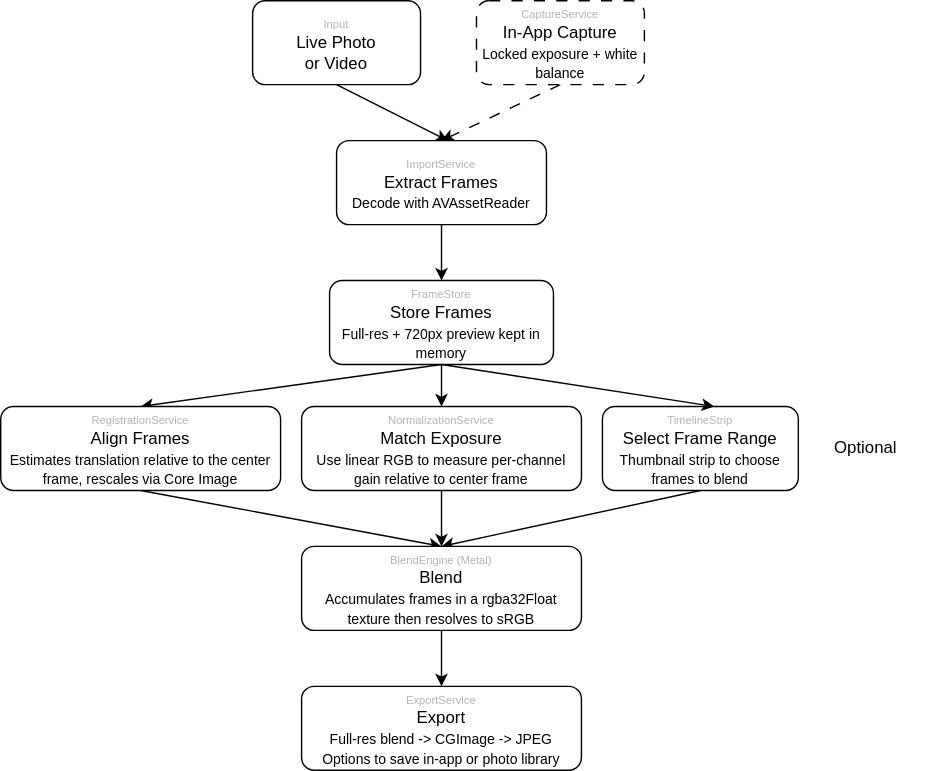
Before: long-exposures/docs/pipeline.svg, a diagram exported from draw.io (jameshou28/long-exposures). Source tidied: cells renumbered, new cells last; positions are measured from the earlier drawing's top-left corner, leaving out a move shared by most shapes.
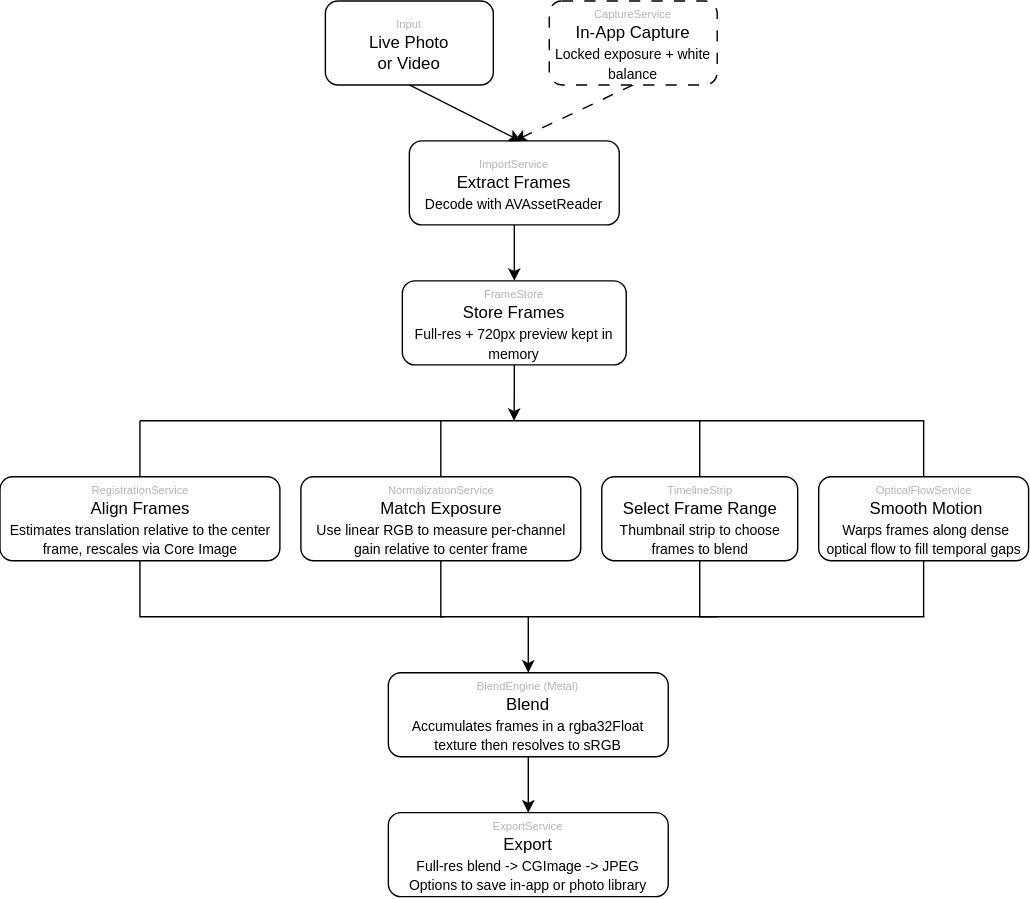
After the change.

Commit message:
docs: update pipeline.svg to include motion blur

The edit, as a diff of the source:
```diff
@@ -11,12 +11,11 @@
     <mxCell id="4" value="&lt;font style=&quot;font-size: 8px; color: rgb(179, 179, 179);&quot;&gt;CaptureService&lt;/font&gt;&lt;div&gt;In-App Capture&lt;/div&gt;&lt;div&gt;&lt;font style=&quot;font-size: 10px;&quot;&gt;Locked exposure + white balance&lt;/font&gt;&lt;/div&gt;" style="rounded=1;whiteSpace=wrap;html=1;dashed=1;dashPattern=8 8;" parent="1" vertex="1">
       <mxGeometry x="340" width="120" height="60" as="geometry" />
     </mxCell>
-    <mxCell id="5" style="edgeStyle=none;rounded=0;jettySize=auto;html=1;exitX=0.5;exitY=1;exitDx=0;exitDy=0;entryX=0.5;entryY=0;entryDx=0;entryDy=0;" parent="1" edge="1" source="7" target="13">
-      <mxGeometry relative="1" as="geometry" />
-    </mxCell>
-    <mxCell id="6" style="edgeStyle=none;rounded=0;jettySize=auto;html=1;exitX=0.5;exitY=1;exitDx=0;exitDy=0;entryX=0.5;entryY=0;entryDx=0;entryDy=0;" parent="1" edge="1" source="7" target="11">
-      <mxGeometry relative="1" as="geometry" />
-    </mxCell>
+    <mxCell id="22" style="edgeStyle=orthogonalEdgeStyle;rounded=0;jettySize=auto;html=1;exitX=0.5;exitY=1;exitDx=0;exitDy=0;" parent="1" edge="1" source="7">
+      <mxGeometry relative="1" as="geometry">
+        <mxPoint x="314.8" y="300" as="targetPoint" />
+      </mxGeometry>
+    </mxCell>
     <mxCell id="7" value="&lt;font style=&quot;font-size: 8px; color: rgb(179, 179, 179);&quot;&gt;FrameStore&lt;/font&gt;&lt;div&gt;Store Frames&lt;/div&gt;&lt;div&gt;&lt;font style=&quot;font-size: 10px;&quot;&gt;Full-res + 720px preview kept in memory&lt;/font&gt;&lt;/div&gt;" style="rounded=1;whiteSpace=wrap;html=1;" parent="1" vertex="1">
       <mxGeometry x="235" y="200" width="160" height="60" as="geometry" />
     </mxCell>
@@ -26,41 +25,93 @@
     <mxCell id="9" value="&lt;font style=&quot;color: rgb(179, 179, 179); font-size: 8px;&quot;&gt;ImportService&lt;/font&gt;&lt;div&gt;Extract Frames&lt;/div&gt;&lt;div&gt;&lt;font style=&quot;font-size: 10px;&quot;&gt;Decode with AVAssetReader&lt;/font&gt;&lt;/div&gt;" style="rounded=1;whiteSpace=wrap;html=1;" parent="1" vertex="1">
       <mxGeometry x="240" y="100" width="150" height="60" as="geometry" />
     </mxCell>
-    <mxCell id="10" style="edgeStyle=none;rounded=0;jettySize=auto;html=1;exitX=0.5;exitY=1;exitDx=0;exitDy=0;entryX=0.5;entryY=0;entryDx=0;entryDy=0;" parent="1" edge="1" source="11" target="17">
-      <mxGeometry relative="1" as="geometry" />
-    </mxCell>
+    <mxCell id="23" style="rounded=0;jettySize=auto;html=1;exitX=0.5;exitY=0;exitDx=0;exitDy=0;shape=filledEdge;endArrow=none;endFill=0;" parent="1" edge="1" source="11">
+      <mxGeometry relative="1" as="geometry">
+        <mxPoint x="47.5" y="300" as="targetPoint" />
+      </mxGeometry>
+    </mxCell>
+    <mxCell id="24" style="edgeStyle=orthogonalEdgeStyle;rounded=0;jettySize=auto;html=1;exitX=0.5;exitY=1;exitDx=0;exitDy=0;endArrow=none;endFill=0;" parent="1" edge="1" source="11">
+      <mxGeometry relative="1" as="geometry">
+        <mxPoint x="265" y="440" as="targetPoint" />
+        <Array as="points">
+          <mxPoint x="48" y="440" />
+        </Array>
+      </mxGeometry>
+    </mxCell>
     <mxCell id="11" value="&lt;font style=&quot;font-size: 8px; color: rgb(179, 179, 179);&quot;&gt;RegistrationService&lt;/font&gt;&lt;div&gt;Align Frames&lt;/div&gt;&lt;div&gt;&lt;font style=&quot;font-size: 10px;&quot;&gt;Estimates translation relative to the center frame, rescales via Core Image&lt;/font&gt;&lt;/div&gt;" style="rounded=1;whiteSpace=wrap;html=1;" parent="1" vertex="1">
-      <mxGeometry y="290" width="200" height="60" as="geometry" />
+      <mxGeometry x="-52.5" y="340" width="200" height="60" as="geometry" />
     </mxCell>
-    <mxCell id="12" style="edgeStyle=none;rounded=0;jettySize=auto;html=1;exitX=0.5;exitY=1;exitDx=0;exitDy=0;entryX=0.5;entryY=0;entryDx=0;entryDy=0;" parent="1" edge="1" source="13" target="17">
-      <mxGeometry relative="1" as="geometry" />
-    </mxCell>
+    <mxCell id="25" style="edgeStyle=orthogonalEdgeStyle;rounded=0;jettySize=auto;html=1;exitX=0.5;exitY=0;exitDx=0;exitDy=0;startArrow=none;startFill=0;endArrow=none;endFill=0;" parent="1" edge="1" source="13">
+      <mxGeometry relative="1" as="geometry">
+        <mxPoint x="47.5" y="300" as="targetPoint" />
+        <Array as="points">
+          <mxPoint x="262.5" y="300" />
+          <mxPoint x="47.5" y="300" />
+        </Array>
+      </mxGeometry>
+    </mxCell>
+    <mxCell id="26" style="edgeStyle=orthogonalEdgeStyle;rounded=0;jettySize=auto;html=1;exitX=0.5;exitY=1;exitDx=0;exitDy=0;endArrow=none;endFill=0;" parent="1" edge="1" source="13">
+      <mxGeometry relative="1" as="geometry">
+        <mxPoint x="460" y="440" as="targetPoint" />
+        <Array as="points">
+          <mxPoint x="262" y="440" />
+        </Array>
+      </mxGeometry>
+    </mxCell>
     <mxCell id="13" value="&lt;font style=&quot;font-size: 8px; color: rgb(179, 179, 179);&quot;&gt;NormalizationService&lt;/font&gt;&lt;div&gt;Match Exposure&lt;/div&gt;&lt;div&gt;&lt;span style=&quot;font-size: 10px;&quot;&gt;Use linear RGB to measure per-channel gain relative to center frame&lt;/span&gt;&lt;/div&gt;" style="rounded=1;whiteSpace=wrap;html=1;" parent="1" vertex="1">
-      <mxGeometry x="215" y="290" width="200" height="60" as="geometry" />
+      <mxGeometry x="162.5" y="340" width="200" height="60" as="geometry" />
     </mxCell>
-    <mxCell id="14" style="edgeStyle=none;rounded=0;jettySize=auto;html=1;exitX=0.5;exitY=1;exitDx=0;exitDy=0;entryX=0.5;entryY=0;entryDx=0;entryDy=0;" parent="1" edge="1" source="15" target="17">
-      <mxGeometry relative="1" as="geometry" />
-    </mxCell>
+    <mxCell id="27" style="edgeStyle=orthogonalEdgeStyle;rounded=0;jettySize=auto;html=1;exitX=0.5;exitY=0;exitDx=0;exitDy=0;endArrow=none;endFill=0;" parent="1" edge="1" source="15">
+      <mxGeometry relative="1" as="geometry">
+        <mxPoint x="262.5" y="300" as="targetPoint" />
+        <Array as="points">
+          <mxPoint x="447.5" y="300" />
+        </Array>
+      </mxGeometry>
+    </mxCell>
+    <mxCell id="28" style="edgeStyle=orthogonalEdgeStyle;rounded=0;jettySize=auto;html=1;exitX=0.5;exitY=1;exitDx=0;exitDy=0;endArrow=none;endFill=0;" parent="1" edge="1" source="15">
+      <mxGeometry relative="1" as="geometry">
+        <mxPoint x="608" y="440" as="targetPoint" />
+        <Array as="points">
+          <mxPoint x="447" y="440" />
+        </Array>
+      </mxGeometry>
+    </mxCell>
     <mxCell id="15" value="&lt;font color=&quot;#b3b3b3&quot;&gt;&lt;span style=&quot;font-size: 8px;&quot;&gt;TimelineStrip&lt;/span&gt;&lt;/font&gt;&lt;br&gt;&lt;div&gt;Select Frame Range&lt;/div&gt;&lt;div&gt;&lt;span style=&quot;font-size: 10px;&quot;&gt;Thumbnail strip to choose frames to blend&lt;/span&gt;&lt;/div&gt;" style="rounded=1;whiteSpace=wrap;html=1;" parent="1" vertex="1">
-      <mxGeometry x="430" y="290" width="140" height="60" as="geometry" />
+      <mxGeometry x="377.5" y="340" width="140" height="60" as="geometry" />
     </mxCell>
     <mxCell id="16" style="edgeStyle=none;rounded=0;jettySize=auto;html=1;exitX=0.5;exitY=1;exitDx=0;exitDy=0;entryX=0.5;entryY=0;entryDx=0;entryDy=0;" parent="1" edge="1" source="17" target="18">
       <mxGeometry relative="1" as="geometry" />
     </mxCell>
+    <mxCell id="29" style="edgeStyle=none;rounded=0;jettySize=auto;html=1;exitX=0.5;exitY=0;exitDx=0;exitDy=0;startArrow=classic;startFill=1;endArrow=none;endFill=0;" parent="1" edge="1" source="17">
+      <mxGeometry relative="1" as="geometry">
+        <mxPoint x="325" y="440" as="targetPoint" />
+      </mxGeometry>
+    </mxCell>
     <mxCell id="17" value="&lt;font color=&quot;#b3b3b3&quot;&gt;&lt;span style=&quot;font-size: 8px;&quot;&gt;BlendEngine (Metal)&lt;/span&gt;&lt;/font&gt;&lt;br&gt;&lt;div&gt;Blend&lt;/div&gt;&lt;div&gt;&lt;span style=&quot;font-size: 10px;&quot;&gt;Accumulates frames in a rgba32Float texture then resolves to sRGB&lt;/span&gt;&lt;/div&gt;" style="rounded=1;whiteSpace=wrap;html=1;" parent="1" vertex="1">
-      <mxGeometry x="215" y="390" width="200" height="60" as="geometry" />
+      <mxGeometry x="225" y="480" width="200" height="60" as="geometry" />
     </mxCell>
     <mxCell id="18" value="&lt;font color=&quot;#b3b3b3&quot;&gt;&lt;span style=&quot;font-size: 8px;&quot;&gt;ExportService&lt;/span&gt;&lt;/font&gt;&lt;br&gt;&lt;div&gt;Export&lt;/div&gt;&lt;div&gt;&lt;span style=&quot;font-size: 10px;&quot;&gt;Full-res blend -&amp;gt; CGImage -&amp;gt; JPEG&lt;/span&gt;&lt;/div&gt;&lt;div&gt;&lt;span style=&quot;font-size: 10px;&quot;&gt;Options to save in-app or photo library&lt;/span&gt;&lt;/div&gt;" style="rounded=1;whiteSpace=wrap;html=1;" parent="1" vertex="1">
-      <mxGeometry x="215" y="490" width="200" height="60" as="geometry" />
+      <mxGeometry x="225" y="580" width="200" height="60" as="geometry" />
     </mxCell>
-    <mxCell id="19" style="edgeStyle=none;rounded=0;jettySize=auto;html=1;exitX=0.5;exitY=1;exitDx=0;exitDy=0;entryX=0.571;entryY=0;entryDx=0;entryDy=0;entryPerimeter=0;" parent="1" edge="1" source="7" target="15">
-      <mxGeometry relative="1" as="geometry" />
-    </mxCell>
     <mxCell id="20" style="edgeStyle=none;rounded=0;jettySize=auto;html=1;exitX=0.5;exitY=1;exitDx=0;exitDy=0;entryX=0.532;entryY=0.004;entryDx=0;entryDy=0;entryPerimeter=0;" parent="1" edge="1" source="2" target="9">
       <mxGeometry relative="1" as="geometry" />
     </mxCell>
-    <mxCell id="21" value="Optional" style="text;strokeColor=none;fillColor=none;align=left;verticalAlign=middle;spacingLeft=4;spacingRight=4;overflow=hidden;whiteSpace=wrap;html=1;" parent="1" vertex="1">
-      <mxGeometry x="590" y="305" width="80" height="30" as="geometry" />
-    </mxCell>
+    <mxCell id="30" style="edgeStyle=orthogonalEdgeStyle;rounded=0;jettySize=auto;html=1;exitX=0.5;exitY=0;exitDx=0;exitDy=0;endArrow=none;endFill=0;" parent="1" edge="1" source="32">
+      <mxGeometry relative="1" as="geometry">
+        <mxPoint x="447.5" y="300" as="targetPoint" />
+        <Array as="points">
+          <mxPoint x="607.5" y="300" />
+        </Array>
+      </mxGeometry>
+    </mxCell>
+    <mxCell id="31" style="edgeStyle=none;rounded=0;jettySize=auto;html=1;exitX=0.5;exitY=1;exitDx=0;exitDy=0;endArrow=none;endFill=0;" parent="1" edge="1" source="32">
+      <mxGeometry relative="1" as="geometry">
+        <mxPoint x="607.5" y="440" as="targetPoint" />
+      </mxGeometry>
+    </mxCell>
+    <mxCell id="32" value="&lt;font color=&quot;#b3b3b3&quot;&gt;&lt;span style=&quot;font-size: 8px;&quot;&gt;OpticalFlowService&lt;/span&gt;&lt;/font&gt;&lt;br&gt;&lt;div&gt;&amp;nbsp;Smooth Motion&lt;/div&gt;&lt;div&gt;&lt;span style=&quot;font-size: 10px;&quot;&gt;&amp;nbsp;Warps frames along dense optical flow to fill temporal gaps&lt;/span&gt;&lt;/div&gt;" style="rounded=1;whiteSpace=wrap;html=1;" parent="1" vertex="1">
+      <mxGeometry x="532.5" y="340" width="150" height="60" as="geometry" />
+    </mxCell>
   </root>
 </mxGraphModel>
```
